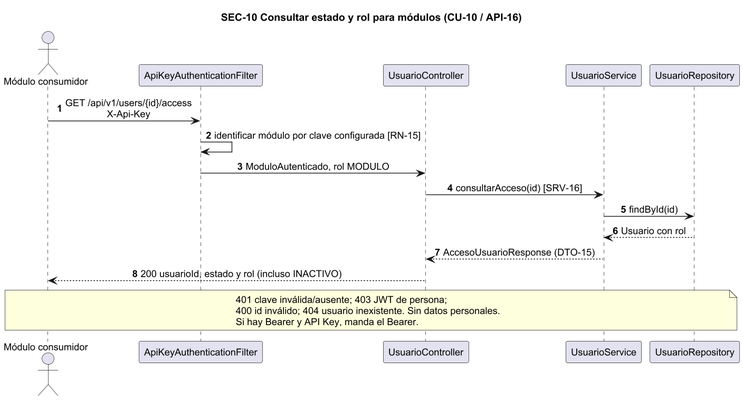
Earlier version of the PlantUML export doc/Diagramas/SEC-10.png (CarlaGorgal2002/deliverygo-usuarios-auth). The source it was exported from:
```plantuml
@startuml SEC-10
skinparam dpi 135
skinparam shadowing false
skinparam defaultFontName Arial
skinparam defaultFontSize 13
skinparam sequenceMessageAlign center
title SEC-10 Consultar estado y rol para módulos (CU-10 / API-16)
autonumber
actor "Módulo consumidor" as M
participant ApiKeyAuthenticationFilter as F
participant UsuarioController as C
participant UsuarioService as S
participant UsuarioRepository as R
M -> F : GET /api/v1/users/{id}/access\nX-Api-Key
F -> F : identificar módulo por clave configurada [RN-15]
F -> C : ModuloAutenticado, rol MODULO
C -> S : consultarAcceso(id) [SRV-16]
S -> R : findById(id)
R --> S : Usuario con rol
S --> C : AccesoUsuarioResponse (DTO-15)
C --> M : 200 usuarioId, estado y rol (incluso INACTIVO)
note over M,R : 401 clave inválida/ausente; 403 JWT de persona;\n400 id inválido; 404 usuario inexistente. Sin datos personales.\nSi hay Bearer y API Key, manda el Bearer.
@enduml
```
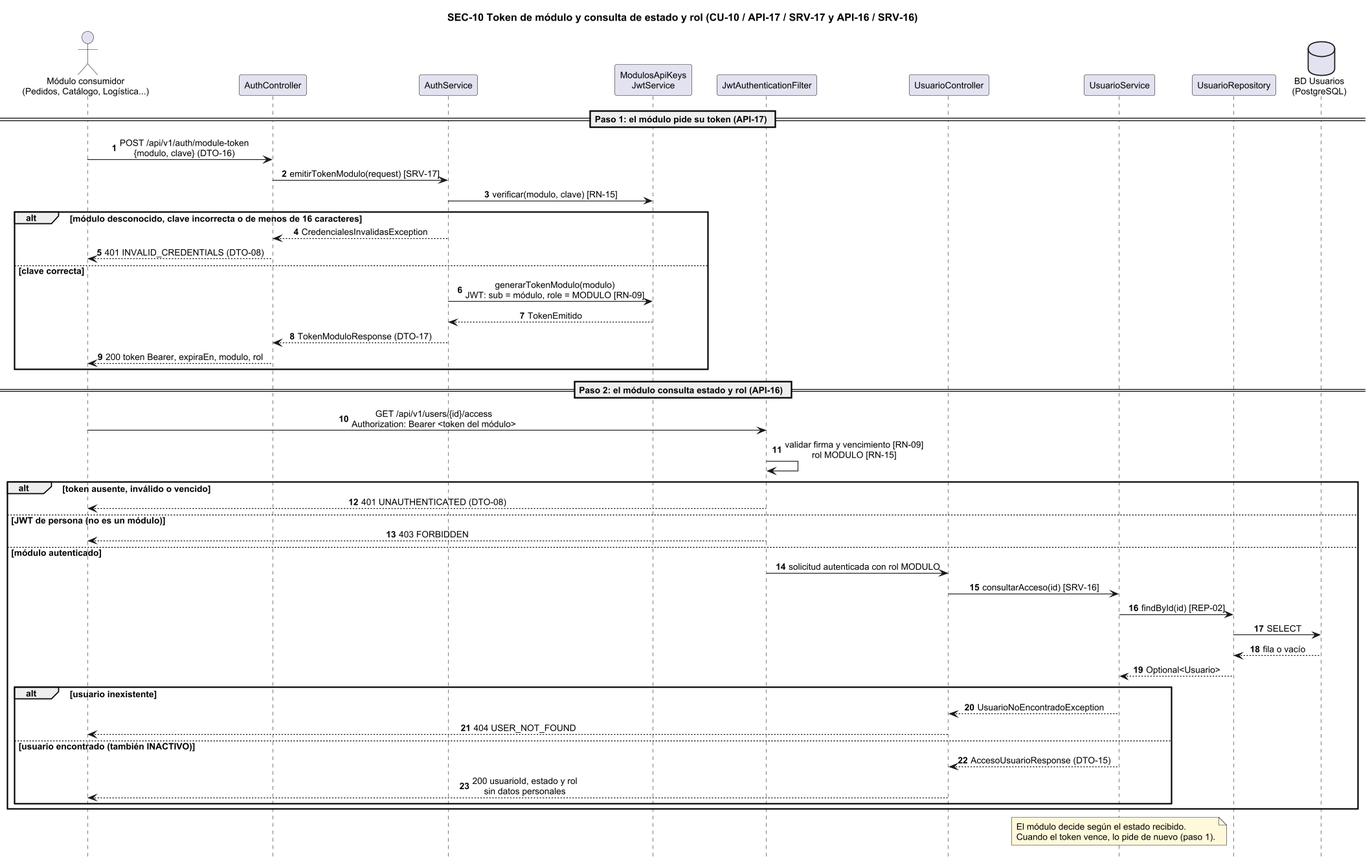
Later version of the same file.

The edit, as a diff of the source:
```diff
@@ -1,23 +1,60 @@
 @startuml SEC-10
-skinparam dpi 135
+skinparam dpi 110
 skinparam shadowing false
 skinparam defaultFontName Arial
-skinparam defaultFontSize 13
+skinparam defaultFontSize 12
 skinparam sequenceMessageAlign center
-title SEC-10 Consultar estado y rol para módulos (CU-10 / API-16)
+skinparam responseMessageBelowArrow true
+skinparam NoteBackgroundColor #FFF9DB
+skinparam ParticipantPadding 12
+hide footbox
+title SEC-10 Token de módulo y consulta de estado y rol (CU-10 / API-17 / SRV-17 y API-16 / SRV-16)
 autonumber
-actor "Módulo consumidor" as M
-participant ApiKeyAuthenticationFilter as F
+actor "Módulo consumidor\n(Pedidos, Catálogo, Logística...)" as A
+participant AuthController as AC
+participant AuthService as AS
+participant "ModulosApiKeys\nJwtService" as K
+participant JwtAuthenticationFilter as F
 participant UsuarioController as C
 participant UsuarioService as S
-participant UsuarioRepository as R
-M -> F : GET /api/v1/users/{id}/access\nX-Api-Key
-F -> F : identificar módulo por clave configurada [RN-15]
-F -> C : ModuloAutenticado, rol MODULO
-C -> S : consultarAcceso(id) [SRV-16]
-S -> R : findById(id)
-R --> S : Usuario con rol
-S --> C : AccesoUsuarioResponse (DTO-15)
-C --> M : 200 usuarioId, estado y rol (incluso INACTIVO)
-note over M,R : 401 clave inválida/ausente; 403 JWT de persona;\n400 id inválido; 404 usuario inexistente. Sin datos personales.\nSi hay Bearer y API Key, manda el Bearer.
+participant UsuarioRepository as UR
+database "BD Usuarios\n(PostgreSQL)" as DB
+
+== Paso 1: el módulo pide su token (API-17) ==
+A -> AC : POST /api/v1/auth/module-token\n{modulo, clave} (DTO-16)
+AC -> AS : emitirTokenModulo(request) [SRV-17]
+AS -> K : verificar(modulo, clave) [RN-15]
+alt módulo desconocido, clave incorrecta o de menos de 16 caracteres
+  AS --> AC : CredencialesInvalidasException
+  AC --> A : 401 INVALID_CREDENTIALS (DTO-08)
+else clave correcta
+  AS -> K : generarTokenModulo(modulo)\nJWT: sub = módulo, role = MODULO [RN-09]
+  K --> AS : TokenEmitido
+  AS --> AC : TokenModuloResponse (DTO-17)
+  AC --> A : 200 token Bearer, expiraEn, modulo, rol
+end
+
+== Paso 2: el módulo consulta estado y rol (API-16) ==
+A -> F : GET /api/v1/users/{id}/access\nAuthorization: Bearer <token del módulo>
+F -> F : validar firma y vencimiento [RN-09]\nrol MODULO [RN-15]
+alt token ausente, inválido o vencido
+  F --> A : 401 UNAUTHENTICATED (DTO-08)
+else JWT de persona (no es un módulo)
+  F --> A : 403 FORBIDDEN
+else módulo autenticado
+  F -> C : solicitud autenticada con rol MODULO
+  C -> S : consultarAcceso(id) [SRV-16]
+  S -> UR : findById(id) [REP-02]
+  UR -> DB : SELECT
+  DB --> UR : fila o vacío
+  UR --> S : Optional<Usuario>
+  alt usuario inexistente
+    S --> C : UsuarioNoEncontradoException
+    C --> A : 404 USER_NOT_FOUND
+  else usuario encontrado (también INACTIVO)
+    S --> C : AccesoUsuarioResponse (DTO-15)
+    C --> A : 200 usuarioId, estado y rol\nsin datos personales
+  end
+end
+note over S : El módulo decide según el estado recibido.\nCuando el token vence, lo pide de nuevo (paso 1).
 @enduml
```
